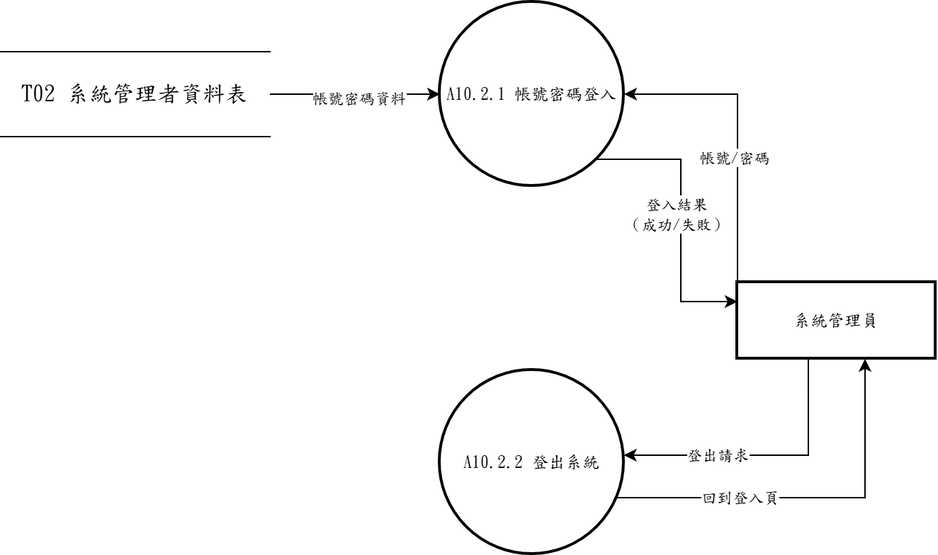
Earlier version of the draw.io export 系統文件/第6章/DFD圖/圖10/新/圖10.2.drawio.png (s22452007/115502). Source tidied: cells renumbered, new cells last; positions are measured from the earlier drawing's top-left corner, leaving out a move shared by most shapes. Source of this version:
```xml
<mxGraphModel>
  <root>
    <mxCell id="0" />
    <mxCell id="1" parent="0" />
    <mxCell id="2" style="edgeStyle=orthogonalEdgeStyle;rounded=0;jettySize=auto;html=1;exitX=1;exitY=1;exitDx=0;exitDy=0;entryX=0;entryY=0.25;entryDx=0;entryDy=0;fontFamily=標楷體;" parent="1" edge="1" source="4" target="7">
      <mxGeometry relative="1" as="geometry" />
    </mxCell>
    <mxCell id="3" value="登入結果&lt;div&gt;（成功/失敗）&lt;/div&gt;" style="edgeLabel;html=1;align=center;verticalAlign=middle;fontFamily=標楷體;" parent="2" vertex="1">
      <mxGeometry x="-0.27" y="-4" relative="1" as="geometry">
        <mxPoint y="25" as="offset" />
      </mxGeometry>
    </mxCell>
    <mxCell id="4" value="A10.2.1 帳號密碼登入" style="ellipse;strokeWidth=2;whiteSpace=wrap;fontFamily=標楷體;" parent="1" vertex="1">
      <mxGeometry x="310" width="130" height="130" as="geometry" />
    </mxCell>
    <mxCell id="5" style="edgeStyle=orthogonalEdgeStyle;rounded=0;jettySize=auto;html=1;exitX=0;exitY=0;exitDx=0;exitDy=0;entryX=1;entryY=0.5;entryDx=0;entryDy=0;fontFamily=標楷體;" parent="1" edge="1" source="7" target="4">
      <mxGeometry relative="1" as="geometry" />
    </mxCell>
    <mxCell id="6" value="帳號/密碼" style="edgeLabel;html=1;align=center;verticalAlign=middle;fontFamily=標楷體;" parent="5" vertex="1">
      <mxGeometry x="-0.16" y="3" relative="1" as="geometry" />
    </mxCell>
    <mxCell id="7" value="系統管理員" style="whiteSpace=wrap;strokeWidth=2;fontFamily=標楷體;" parent="1" vertex="1">
      <mxGeometry x="520" y="198" width="140" height="54" as="geometry" />
    </mxCell>
    <mxCell id="8" style="edgeStyle=orthogonalEdgeStyle;rounded=0;jettySize=auto;html=1;exitX=1;exitY=0.5;exitDx=0;exitDy=0;entryX=0;entryY=0.5;entryDx=0;entryDy=0;fontFamily=標楷體;" parent="1" edge="1" source="10" target="4">
      <mxGeometry relative="1" as="geometry" />
    </mxCell>
    <mxCell id="9" value="帳號密碼資料" style="edgeLabel;html=1;align=center;verticalAlign=middle;fontFamily=標楷體;" parent="8" vertex="1">
      <mxGeometry x="0.03" y="-2" relative="1" as="geometry" />
    </mxCell>
    <mxCell id="10" value="&lt;span lang=&quot;EN-US&quot; style=&quot;font-size: 12pt;&quot;&gt;T02&amp;nbsp;&lt;/span&gt;&lt;span style=&quot;font-size: 12pt;&quot;&gt;系統管理者資料表&lt;/span&gt;" style="shape=partialRectangle;whiteSpace=wrap;html=1;left=0;right=0;fontFamily=標楷體;" parent="1" vertex="1">
      <mxGeometry y="35" width="190" height="60" as="geometry" />
    </mxCell>
    <mxCell id="11" value="A10.2.2 登出系統" style="ellipse;strokeWidth=2;whiteSpace=wrap;fontFamily=標楷體;" parent="1" vertex="1">
      <mxGeometry x="310" y="260" width="130" height="130" as="geometry" />
    </mxCell>
    <mxCell id="12" style="edgeStyle=orthogonalEdgeStyle;rounded=0;jettySize=auto;html=1;exitX=0.3571;exitY=1.0000;exitDx=0;exitDy=0;exitPerimeter=0;entryX=0.9985;entryY=0.4615;entryDx=0;entryDy=0;entryPerimeter=0;" parent="1" edge="1" source="7" target="11">
      <mxGeometry relative="1" as="geometry">
        <Array as="points">
          <mxPoint x="570" y="320" />
        </Array>
      </mxGeometry>
    </mxCell>
    <mxCell id="13" value="登出請求" style="edgeLabel;html=1;align=center;verticalAlign=middle;fontFamily=標楷體;" parent="12" vertex="1">
      <mxGeometry x="0.34" relative="1" as="geometry" />
    </mxCell>
    <mxCell id="14" style="edgeStyle=orthogonalEdgeStyle;rounded=0;jettySize=auto;html=1;exitX=0.9615;exitY=0.6923;exitDx=0;exitDy=0;exitPerimeter=0;entryX=0.6429;entryY=1.0000;entryDx=0;entryDy=0;entryPerimeter=0;" parent="1" edge="1" source="11" target="7">
      <mxGeometry relative="1" as="geometry">
        <Array as="points">
          <mxPoint x="610" y="350" />
        </Array>
      </mxGeometry>
    </mxCell>
    <mxCell id="15" value="回到登入頁" style="edgeLabel;html=1;align=center;verticalAlign=middle;fontFamily=標楷體;" parent="14" vertex="1">
      <mxGeometry x="-0.36" relative="1" as="geometry" />
    </mxCell>
  </root>
</mxGraphModel>
```
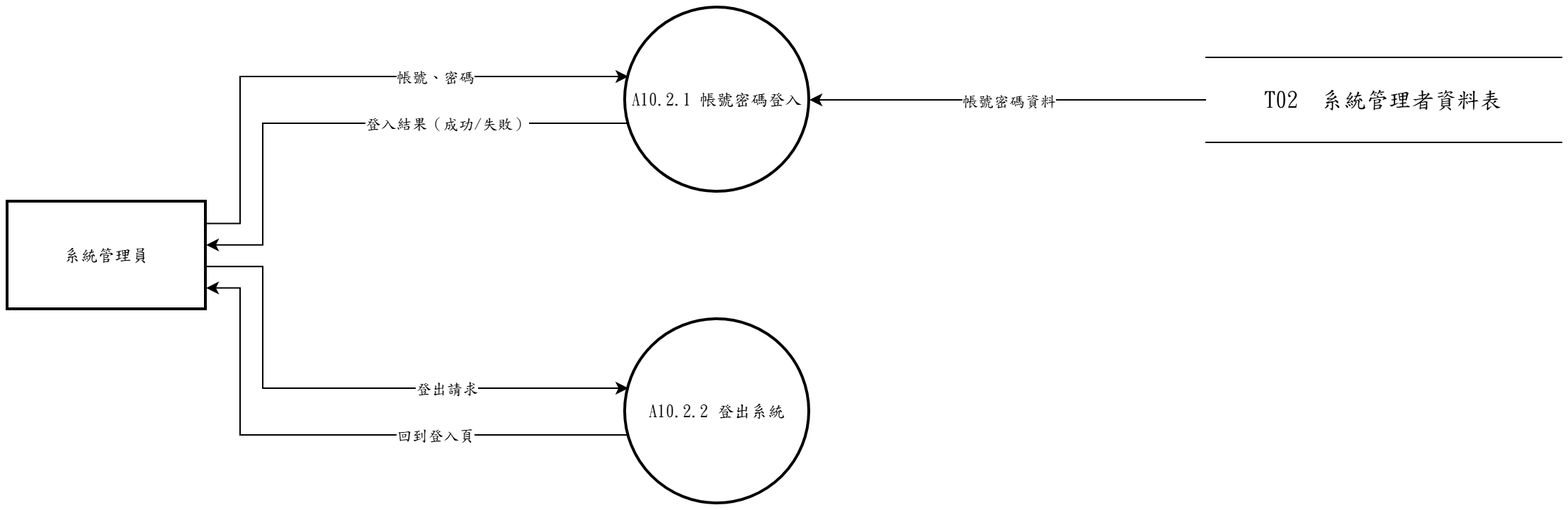
The same diagram one commit later.

Diff of the diagram source:
```diff
@@ -1,58 +1,68 @@
 <mxGraphModel>
   <root>
-    <mxCell id="0" />
-    <mxCell id="1" parent="0" />
-    <mxCell id="2" style="edgeStyle=orthogonalEdgeStyle;rounded=0;jettySize=auto;html=1;exitX=1;exitY=1;exitDx=0;exitDy=0;entryX=0;entryY=0.25;entryDx=0;entryDy=0;fontFamily=標楷體;" parent="1" edge="1" source="4" target="7">
-      <mxGeometry relative="1" as="geometry" />
-    </mxCell>
-    <mxCell id="3" value="登入結果&lt;div&gt;（成功/失敗）&lt;/div&gt;" style="edgeLabel;html=1;align=center;verticalAlign=middle;fontFamily=標楷體;" parent="2" vertex="1">
-      <mxGeometry x="-0.27" y="-4" relative="1" as="geometry">
-        <mxPoint y="25" as="offset" />
-      </mxGeometry>
-    </mxCell>
+    <mxCell id="16" />
+    <mxCell id="17" parent="16" />
-    <mxCell id="4" value="A10.2.1 帳號密碼登入" style="ellipse;strokeWidth=2;whiteSpace=wrap;fontFamily=標楷體;" parent="1" vertex="1">
-      <mxGeometry x="310" width="130" height="130" as="geometry" />
+    <mxCell id="4" value="A10.2.1 帳號密碼登入" style="ellipse;strokeWidth=2;whiteSpace=wrap;html=1;fontFamily=標楷體;" parent="17" vertex="1">
+      <mxGeometry x="-314" y="-220" width="130" height="130" as="geometry" />
     </mxCell>
+    <mxCell id="11" value="A10.2.2 登出系統" style="ellipse;strokeWidth=2;whiteSpace=wrap;html=1;fontFamily=標楷體;" parent="17" vertex="1">
+      <mxGeometry x="-314" width="130" height="130" as="geometry" />
+    </mxCell>
+    <mxCell id="7" value="系統管理員" style="whiteSpace=wrap;strokeWidth=2;html=1;fontFamily=標楷體;" parent="17" vertex="1">
+      <mxGeometry x="-750" y="-83" width="140" height="76" as="geometry" />
+    </mxCell>
+    <mxCell id="10" value="T02  系統管理者資料表" style="shape=partialRectangle;whiteSpace=wrap;html=1;left=0;right=0;fontFamily=標楷體;fontSize=16;" parent="17" vertex="1">
+      <mxGeometry x="96" y="-185" width="251" height="60" as="geometry" />
+    </mxCell>
-    <mxCell id="5" style="edgeStyle=orthogonalEdgeStyle;rounded=0;jettySize=auto;html=1;exitX=0;exitY=0;exitDx=0;exitDy=0;entryX=1;entryY=0.5;entryDx=0;entryDy=0;fontFamily=標楷體;" parent="1" edge="1" source="7" target="4">
-      <mxGeometry relative="1" as="geometry" />
+    <mxCell id="5" style="edgeStyle=none;rounded=0;html=1;fontFamily=標楷體;endArrow=classic;exitX=1.0000;exitY=0.2000;exitDx=0;exitDy=0;exitPerimeter=0;entryX=0.0163;entryY=0.3733;entryDx=0;entryDy=0;entryPerimeter=0;" parent="17" edge="1" source="7" target="4">
+      <mxGeometry relative="1" as="geometry">
+        <Array as="points">
+          <mxPoint x="-586" y="-67.8" />
+          <mxPoint x="-586" y="-171.5" />
+        </Array>
+      </mxGeometry>
     </mxCell>
-    <mxCell id="6" value="帳號/密碼" style="edgeLabel;html=1;align=center;verticalAlign=middle;fontFamily=標楷體;" parent="5" vertex="1">
-      <mxGeometry x="-0.16" y="3" relative="1" as="geometry" />
-    </mxCell>
-    <mxCell id="7" value="系統管理員" style="whiteSpace=wrap;strokeWidth=2;fontFamily=標楷體;" parent="1" vertex="1">
-      <mxGeometry x="520" y="198" width="140" height="54" as="geometry" />
-    </mxCell>
+    <mxCell id="18" value="帳號、密碼" style="edgeLabel;html=1;align=center;verticalAlign=middle;fontFamily=標楷體;" parent="5" vertex="1">
+      <mxGeometry x="0.32" relative="1" as="geometry" />
+    </mxCell>
-    <mxCell id="8" style="edgeStyle=orthogonalEdgeStyle;rounded=0;jettySize=auto;html=1;exitX=1;exitY=0.5;exitDx=0;exitDy=0;entryX=0;entryY=0.5;entryDx=0;entryDy=0;fontFamily=標楷體;" parent="1" edge="1" source="10" target="4">
+    <mxCell id="8" style="edgeStyle=none;rounded=0;html=1;fontFamily=標楷體;endArrow=classic;exitX=0.0000;exitY=0.5000;exitDx=0;exitDy=0;exitPerimeter=0;entryX=1.0000;entryY=0.5000;entryDx=0;entryDy=0;entryPerimeter=0;" parent="17" edge="1" source="10" target="4">
       <mxGeometry relative="1" as="geometry" />
     </mxCell>
     <mxCell id="9" value="帳號密碼資料" style="edgeLabel;html=1;align=center;verticalAlign=middle;fontFamily=標楷體;" parent="8" vertex="1">
-      <mxGeometry x="0.03" y="-2" relative="1" as="geometry" />
+      <mxGeometry relative="1" as="geometry" />
     </mxCell>
-    <mxCell id="10" value="&lt;span lang=&quot;EN-US&quot; style=&quot;font-size: 12pt;&quot;&gt;T02&amp;nbsp;&lt;/span&gt;&lt;span style=&quot;font-size: 12pt;&quot;&gt;系統管理者資料表&lt;/span&gt;" style="shape=partialRectangle;whiteSpace=wrap;html=1;left=0;right=0;fontFamily=標楷體;" parent="1" vertex="1">
-      <mxGeometry y="35" width="190" height="60" as="geometry" />
-    </mxCell>
-    <mxCell id="11" value="A10.2.2 登出系統" style="ellipse;strokeWidth=2;whiteSpace=wrap;fontFamily=標楷體;" parent="1" vertex="1">
-      <mxGeometry x="310" y="260" width="130" height="130" as="geometry" />
-    </mxCell>
+    <mxCell id="2" style="edgeStyle=none;rounded=0;html=1;fontFamily=標楷體;endArrow=classic;exitX=0.0163;exitY=0.6267;exitDx=0;exitDy=0;exitPerimeter=0;entryX=1.0000;entryY=0.4000;entryDx=0;entryDy=0;entryPerimeter=0;" parent="17" edge="1" source="4" target="7">
+      <mxGeometry relative="1" as="geometry">
+        <Array as="points">
+          <mxPoint x="-570" y="-138.5" />
+          <mxPoint x="-570" y="-52.6" />
+        </Array>
+      </mxGeometry>
+    </mxCell>
+    <mxCell id="19" value="登入結果（成功/失敗）" style="edgeLabel;html=1;align=center;verticalAlign=middle;fontFamily=標楷體;" parent="2" vertex="1">
+      <mxGeometry x="-0.33" relative="1" as="geometry" />
+    </mxCell>
-    <mxCell id="12" style="edgeStyle=orthogonalEdgeStyle;rounded=0;jettySize=auto;html=1;exitX=0.3571;exitY=1.0000;exitDx=0;exitDy=0;exitPerimeter=0;entryX=0.9985;entryY=0.4615;entryDx=0;entryDy=0;entryPerimeter=0;" parent="1" edge="1" source="7" target="11">
+    <mxCell id="12" style="edgeStyle=none;rounded=0;html=1;fontFamily=標楷體;endArrow=classic;exitX=1.0000;exitY=0.6000;exitDx=0;exitDy=0;exitPerimeter=0;entryX=0.0163;entryY=0.3733;entryDx=0;entryDy=0;entryPerimeter=0;" parent="17" edge="1" source="7" target="11">
       <mxGeometry relative="1" as="geometry">
         <Array as="points">
-          <mxPoint x="570" y="320" />
+          <mxPoint x="-570" y="-37.4" />
+          <mxPoint x="-570" y="48.5" />
         </Array>
       </mxGeometry>
     </mxCell>
     <mxCell id="13" value="登出請求" style="edgeLabel;html=1;align=center;verticalAlign=middle;fontFamily=標楷體;" parent="12" vertex="1">
-      <mxGeometry x="0.34" relative="1" as="geometry" />
+      <mxGeometry x="0.33" relative="1" as="geometry" />
     </mxCell>
-    <mxCell id="14" style="edgeStyle=orthogonalEdgeStyle;rounded=0;jettySize=auto;html=1;exitX=0.9615;exitY=0.6923;exitDx=0;exitDy=0;exitPerimeter=0;entryX=0.6429;entryY=1.0000;entryDx=0;entryDy=0;entryPerimeter=0;" parent="1" edge="1" source="11" target="7">
+    <mxCell id="14" style="edgeStyle=none;rounded=0;html=1;fontFamily=標楷體;endArrow=classic;exitX=0.0163;exitY=0.6267;exitDx=0;exitDy=0;exitPerimeter=0;entryX=1.0000;entryY=0.8000;entryDx=0;entryDy=0;entryPerimeter=0;" parent="17" edge="1" source="11" target="7">
       <mxGeometry relative="1" as="geometry">
         <Array as="points">
-          <mxPoint x="610" y="350" />
+          <mxPoint x="-586" y="81.5" />
+          <mxPoint x="-586" y="-22.2" />
         </Array>
       </mxGeometry>
     </mxCell>
     <mxCell id="15" value="回到登入頁" style="edgeLabel;html=1;align=center;verticalAlign=middle;fontFamily=標楷體;" parent="14" vertex="1">
-      <mxGeometry x="-0.36" relative="1" as="geometry" />
+      <mxGeometry x="-0.32" relative="1" as="geometry" />
     </mxCell>
   </root>
 </mxGraphModel>
```
